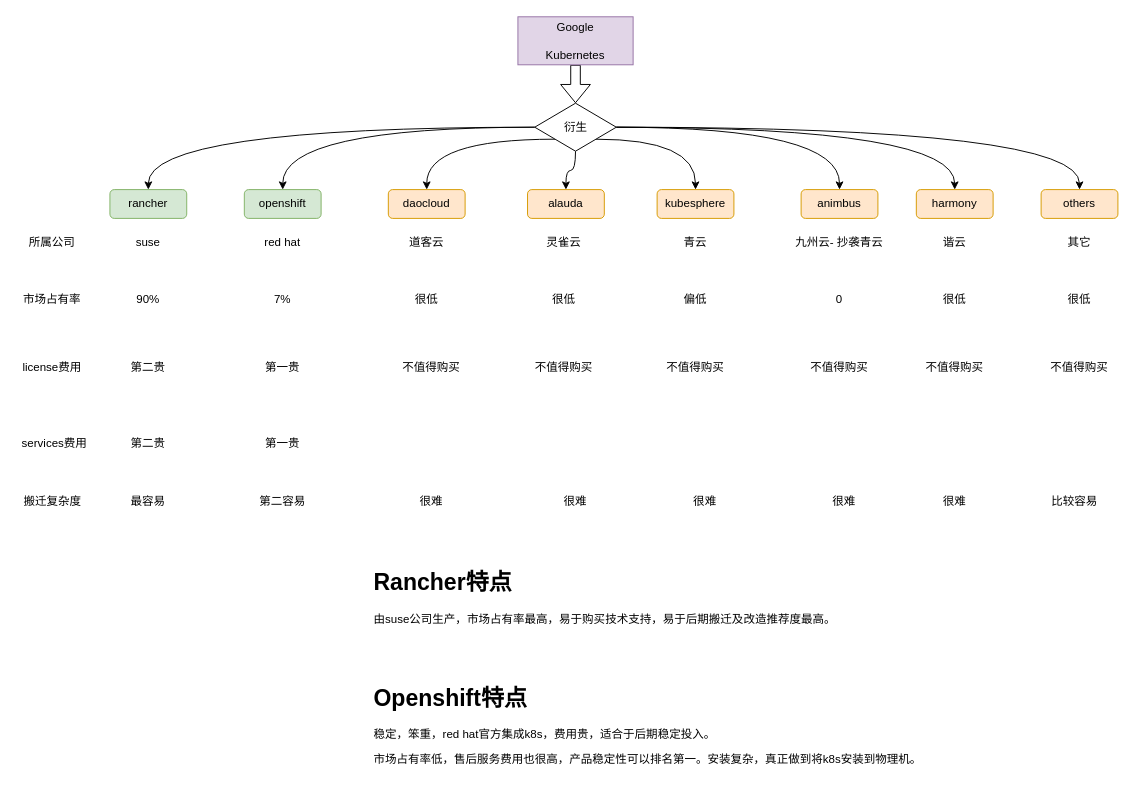
Before: juneyao/k8s市场对比.drawio in sjwayrhz/diagrams, a draw.io diagram. Source tidied: cells renumbered, new cells numbered last; positions are measured from the earlier drawing's top-left corner, leaving out a move shared by most shapes. Both pictures are drawn from the tidied source at 96%, with x=0, y=0 at pixel (15, 16).
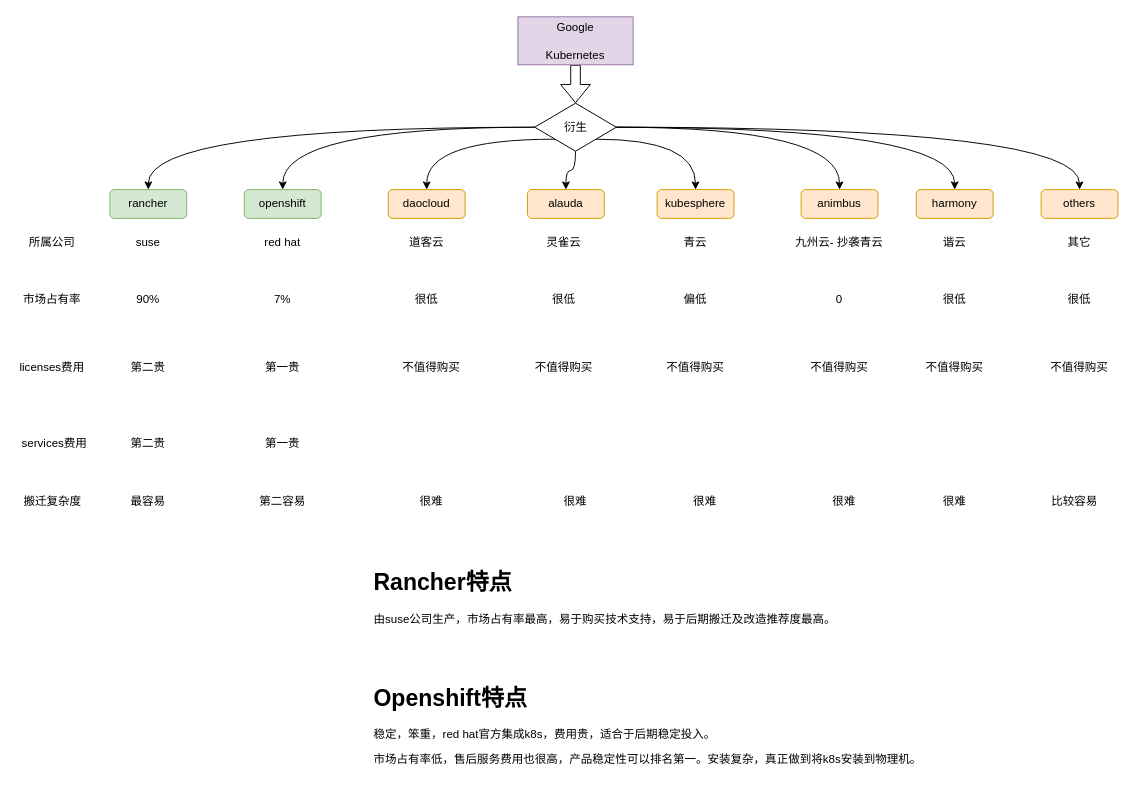
The same diagram, later.

Diff of the diagram source:
```diff
@@
-    <mxCell id="39" value="license费用" style="text;html=1;strokeColor=none;fillColor=none;align=center;verticalAlign=middle;whiteSpace=wrap;rounded=0;" parent="1" vertex="1">
+    <mxCell id="39" value="licenses费用" style="text;html=1;strokeColor=none;fillColor=none;align=center;verticalAlign=middle;whiteSpace=wrap;rounded=0;" parent="1" vertex="1">
       <mxGeometry x="3" y="350" width="70" height="30" as="geometry" />
     </mxCell>
```
